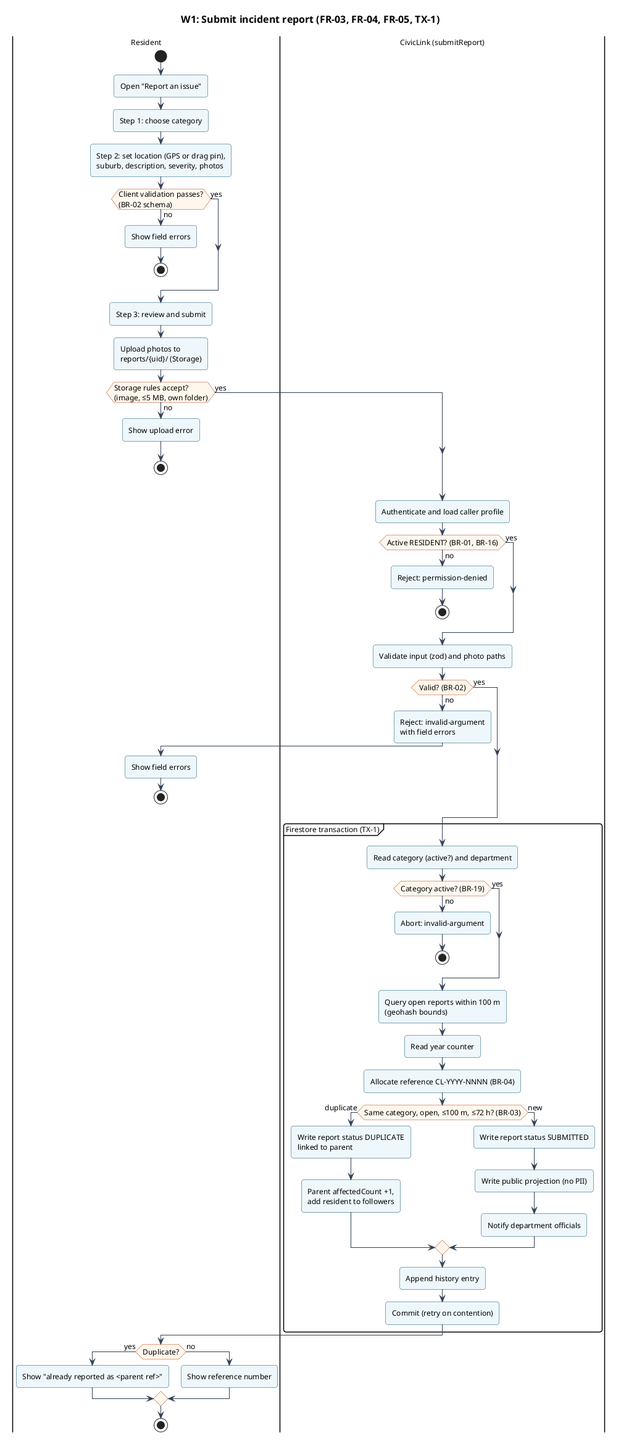
Before: docs/diagrams/activity-w1.png, a diagram exported from PlantUML (altechemist/civiclink). Its diagram source:
```plantuml
@startuml activity-w1
!include _style.iuml
title W1: Submit incident report (FR-03, FR-04, FR-05, TX-1)

|Resident|
start
:Open "Report an issue";
:Step 1: choose category;
:Step 2: set location (GPS or drag pin),\nsuburb, description, severity, photos;
if (Client validation passes?\n(BR-02 schema)) then (no)
  :Show field errors;
  stop
else (yes)
endif
:Step 3: review and submit;
:Upload photos to\nreports/{uid}/ (Storage);
if (Storage rules accept?\n(image, ≤5 MB, own folder)) then (no)
  :Show upload error;
  stop
else (yes)
endif
|CivicLink (submitReport)|
:Authenticate and load caller profile;
if (Active RESIDENT? (BR-01, BR-16)) then (no)
  :Reject: permission-denied;
  stop
else (yes)
endif
:Validate input (zod) and photo paths;
if (Valid? (BR-02)) then (no)
  :Reject: invalid-argument\nwith field errors;
  |Resident|
  :Show field errors;
  stop
else (yes)
endif
|CivicLink (submitReport)|
partition "Firestore transaction (TX-1)" {
  :Read category (active?) and department;
  if (Category active? (BR-19)) then (no)
    :Abort: invalid-argument;
    stop
  else (yes)
  endif
  :Query open reports within 100 m\n(geohash bounds);
  :Read year counter;
  :Allocate reference CL-YYYY-NNNN (BR-04);
  if (Same category, open, ≤100 m, ≤72 h? (BR-03)) then (duplicate)
    :Write report status DUPLICATE\nlinked to parent;
    :Parent affectedCount +1,\nadd resident to followers;
  else (new)
    :Write report status SUBMITTED;
    :Write public projection (no PII);
    :Notify department officials;
  endif
  :Append history entry;
  :Commit (retry on contention);
}
|Resident|
if (Duplicate?) then (yes)
  :Show "already reported as <parent ref>";
else (no)
  :Show reference number;
endif
stop
@enduml
```
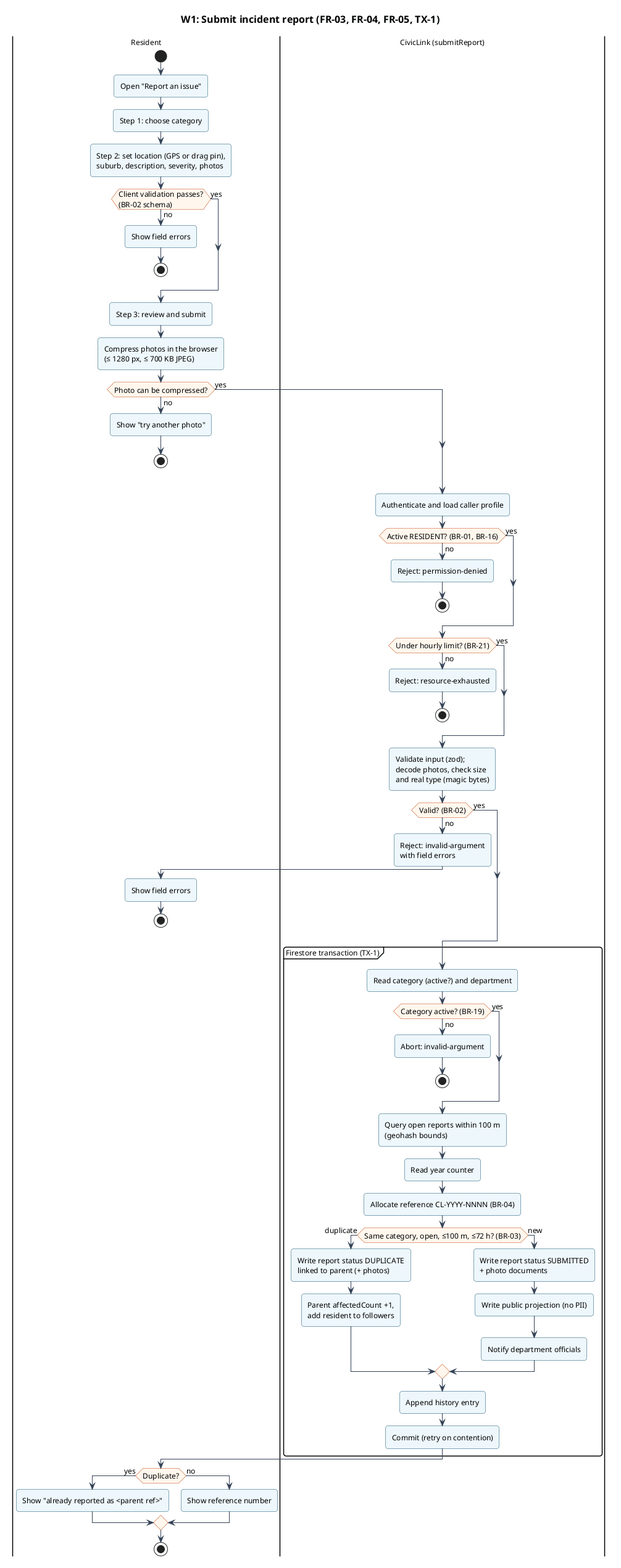
After the commit.

What changed in the source:
```diff
@@ -13,9 +13,9 @@
 else (yes)
 endif
 :Step 3: review and submit;
-:Upload photos to\nreports/{uid}/ (Storage);
-if (Storage rules accept?\n(image, ≤5 MB, own folder)) then (no)
-  :Show upload error;
+:Compress photos in the browser\n(≤ 1280 px, ≤ 700 KB JPEG);
+if (Photo can be compressed?) then (no)
+  :Show "try another photo";
   stop
 else (yes)
 endif
@@ -26,7 +26,12 @@
   stop
 else (yes)
 endif
-:Validate input (zod) and photo paths;
+if (Under hourly limit? (BR-21)) then (no)
+  :Reject: resource-exhausted;
+  stop
+else (yes)
+endif
+:Validate input (zod);\ndecode photos, check size\nand real type (magic bytes);
 if (Valid? (BR-02)) then (no)
   :Reject: invalid-argument\nwith field errors;
   |Resident|
@@ -46,10 +51,10 @@
   :Read year counter;
   :Allocate reference CL-YYYY-NNNN (BR-04);
   if (Same category, open, ≤100 m, ≤72 h? (BR-03)) then (duplicate)
-    :Write report status DUPLICATE\nlinked to parent;
+    :Write report status DUPLICATE\nlinked to parent (+ photos);
     :Parent affectedCount +1,\nadd resident to followers;
   else (new)
-    :Write report status SUBMITTED;
+    :Write report status SUBMITTED\n+ photo documents;
     :Write public projection (no PII);
     :Notify department officials;
   endif
```
